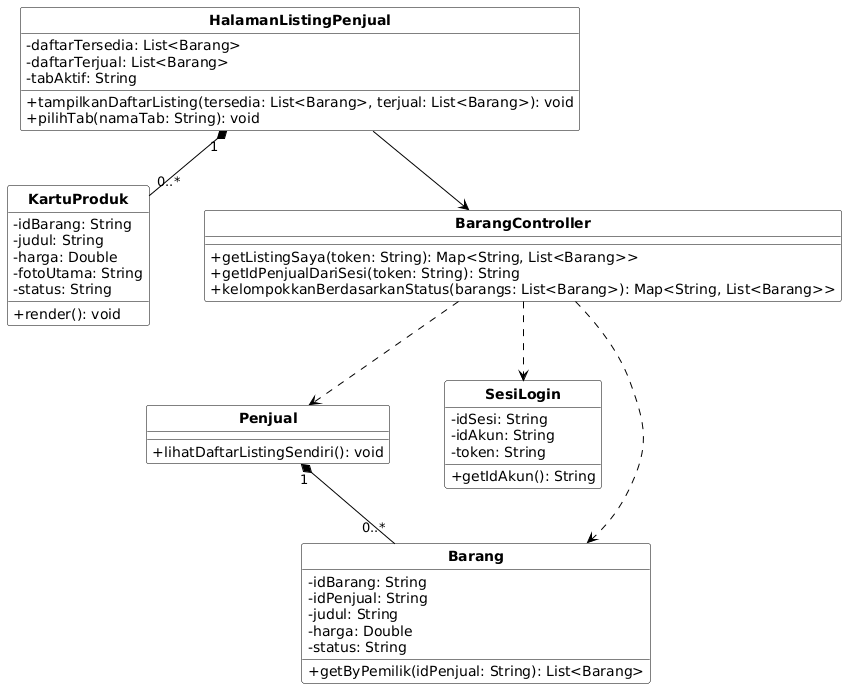
Above: docs/M7/assets/diagram/Diagram_Kelas_UC08.png in ghaniyul/IF2150-RPL-K01-G02 (PlantUML), before the change. Source of this version:
```plantuml
@startuml
skinparam monochrome true
skinparam shadowing false
skinparam defaultFontName Arial
skinparam classAttributeIconSize 0
skinparam classFontStyle bold
skinparam classBorderColor #000000
skinparam classBackgroundColor #FFFFFF
skinparam arrowColor #000000
skinparam nodesep 55
skinparam ranksep 55

hide circle
hide stereotype

class "HalamanListingPenjual" as C03 {
  - daftarTersedia: List<Barang>
  - daftarTerjual: List<Barang>
  - tabAktif: String
  + tampilkanDaftarListing(tersedia: List<Barang>, terjual: List<Barang>): void
  + pilihTab(namaTab: String): void
}

class "KartuProduk" as C06 {
  - idBarang: String
  - judul: String
  - harga: Double
  - fotoUtama: String
  - status: String
  + render(): void
}

class "BarangController" as C14 {
  + getListingSaya(token: String): Map<String, List<Barang>>
  + getIdPenjualDariSesi(token: String): String
  + kelompokkanBerdasarkanStatus(barangs: List<Barang>): Map<String, List<Barang>>
}

class "Penjual" as C25 {
  + lihatDaftarListingSendiri(): void
}

class "SesiLogin" as C28 {
  - idSesi: String
  - idAkun: String
  - token: String
  + getIdAkun(): String
}

class "Barang" as C29 {
  - idBarang: String
  - idPenjual: String
  - judul: String
  - harga: Double
  - status: String
  + getByPemilik(idPenjual: String): List<Barang>
}

C03 "1" *-- "0..*" C06
C03 --> C14
C14 ..> C25
C14 ..> C28
C14 ..> C29

C25 "1" *-- "0..*" C29
@enduml
```
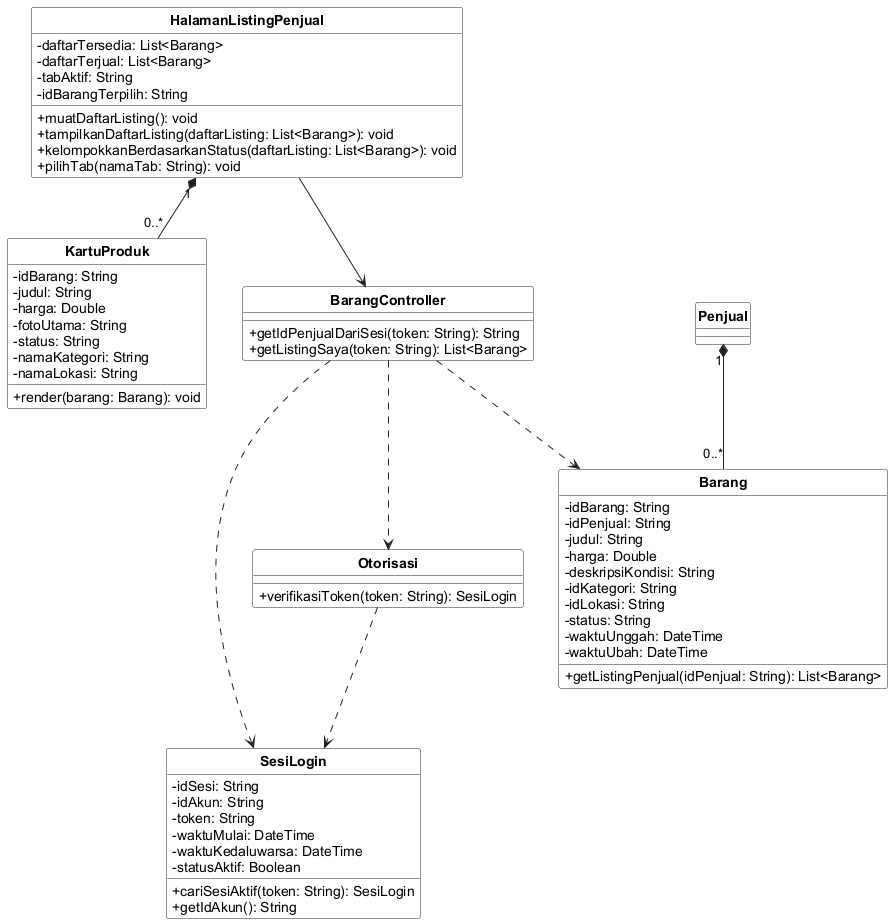
Later version of the same file.

The edit, as a diff of the source:
```diff
@@ -1,66 +1,74 @@
 @startuml
-skinparam monochrome true
 skinparam shadowing false
+skinparam classAttributeIconSize 0
+skinparam classBackgroundColor #FFFFFF
+skinparam classBorderColor #222222
+skinparam arrowColor #222222
+skinparam packageBorderColor #888888
 skinparam defaultFontName Arial
-skinparam classAttributeIconSize 0
 skinparam classFontStyle bold
-skinparam classBorderColor #000000
-skinparam classBackgroundColor #FFFFFF
-skinparam arrowColor #000000
-skinparam nodesep 55
-skinparam ranksep 55
-
+skinparam stereotypeFontSize 10
 hide circle
 hide stereotype
+
 
 class "HalamanListingPenjual" as C03 {
   - daftarTersedia: List<Barang>
   - daftarTerjual: List<Barang>
   - tabAktif: String
-  + tampilkanDaftarListing(tersedia: List<Barang>, terjual: List<Barang>): void
+  - idBarangTerpilih: String
+  + muatDaftarListing(): void
+  + tampilkanDaftarListing(daftarListing: List<Barang>): void
+  + kelompokkanBerdasarkanStatus(daftarListing: List<Barang>): void
   + pilihTab(namaTab: String): void
 }
-
 class "KartuProduk" as C06 {
   - idBarang: String
   - judul: String
   - harga: Double
   - fotoUtama: String
   - status: String
-  + render(): void
+  - namaKategori: String
+  - namaLokasi: String
+  + render(barang: Barang): void
 }
-
 class "BarangController" as C14 {
-  + getListingSaya(token: String): Map<String, List<Barang>>
   + getIdPenjualDariSesi(token: String): String
-  + kelompokkanBerdasarkanStatus(barangs: List<Barang>): Map<String, List<Barang>>
+  + getListingSaya(token: String): List<Barang>
 }
-
 class "Penjual" as C25 {
-  + lihatDaftarListingSendiri(): void
 }
-
 class "SesiLogin" as C28 {
   - idSesi: String
   - idAkun: String
   - token: String
+  - waktuMulai: DateTime
+  - waktuKedaluwarsa: DateTime
+  - statusAktif: Boolean
+  + cariSesiAktif(token: String): SesiLogin
   + getIdAkun(): String
 }
-
 class "Barang" as C29 {
   - idBarang: String
   - idPenjual: String
   - judul: String
   - harga: Double
+  - deskripsiKondisi: String
+  - idKategori: String
+  - idLokasi: String
   - status: String
-  + getByPemilik(idPenjual: String): List<Barang>
+  - waktuUnggah: DateTime
+  - waktuUbah: DateTime
+  + getListingPenjual(idPenjual: String): List<Barang>
 }
-
+class "Otorisasi" as C41 {
+  + verifikasiToken(token: String): SesiLogin
+}
+C03 --> C14
 C03 "1" *-- "0..*" C06
-C03 --> C14
-C14 ..> C25
 C14 ..> C28
 C14 ..> C29
-
+C14 ..> C41
+C41 ..> C28
 C25 "1" *-- "0..*" C29
 @enduml
```
